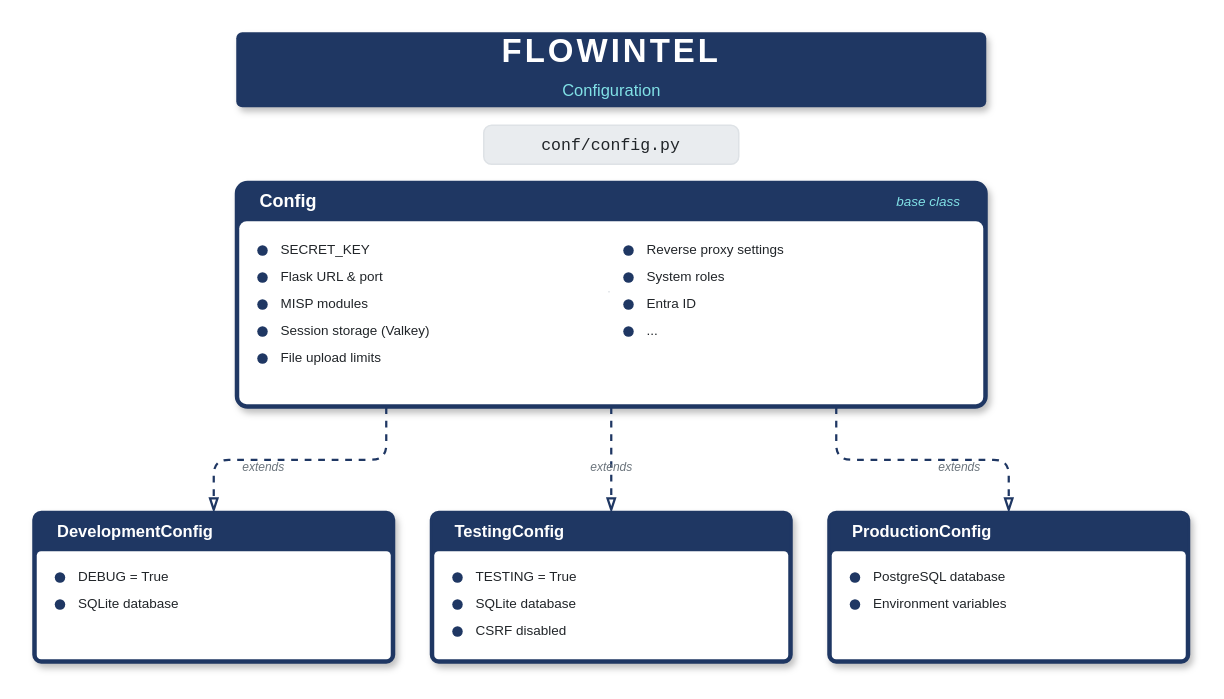
flowintel/flowintel keeps this draw.io diagram as page "Configuration" (7 of 9) of doc/installation-manual-diagrams/flowintel-installation.drawio. Above is the earlier version. Source tidied: cells renumbered, new cells numbered last; positions are measured from the earlier drawing's top-left corner, leaving out a move shared by most shapes. Both pictures are drawn from the tidied source at 150%, with x=0, y=0 at pixel (33, 28).
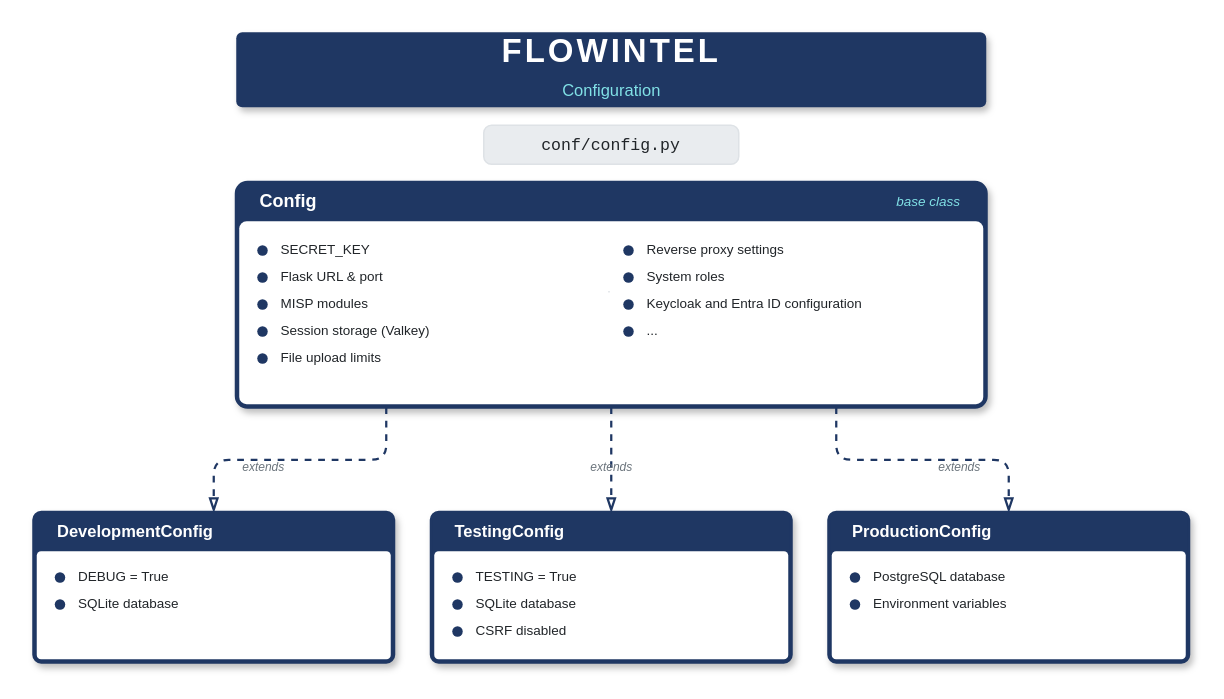
The same diagram, later.

The change refers to these unchanged cells:
```xml
<mxCell id="6" style="rounded=1;whiteSpace=wrap;html=1;fillColor=#1f3763;strokeColor=#1f3763;strokeWidth=2;arcSize=5;shadow=1;" parent="1" vertex="1">
  <mxGeometry x="135" y="102" width="500" height="150" as="geometry" />
</mxCell>
```

Diff of the diagram source:
```diff
@@
-    <mxCell id="24" value="Entra ID" style="text;html=1;fontSize=9;fontColor=#212529;align=left;verticalAlign=middle;" parent="6" vertex="1">
+    <mxCell id="24" value="Keycloak and Entra ID configuration" style="text;html=1;fontSize=9;fontColor=#212529;align=left;verticalAlign=middle;" parent="6" vertex="1">
       <mxGeometry x="272" y="72" width="200" height="18" as="geometry" />
     </mxCell>
```
